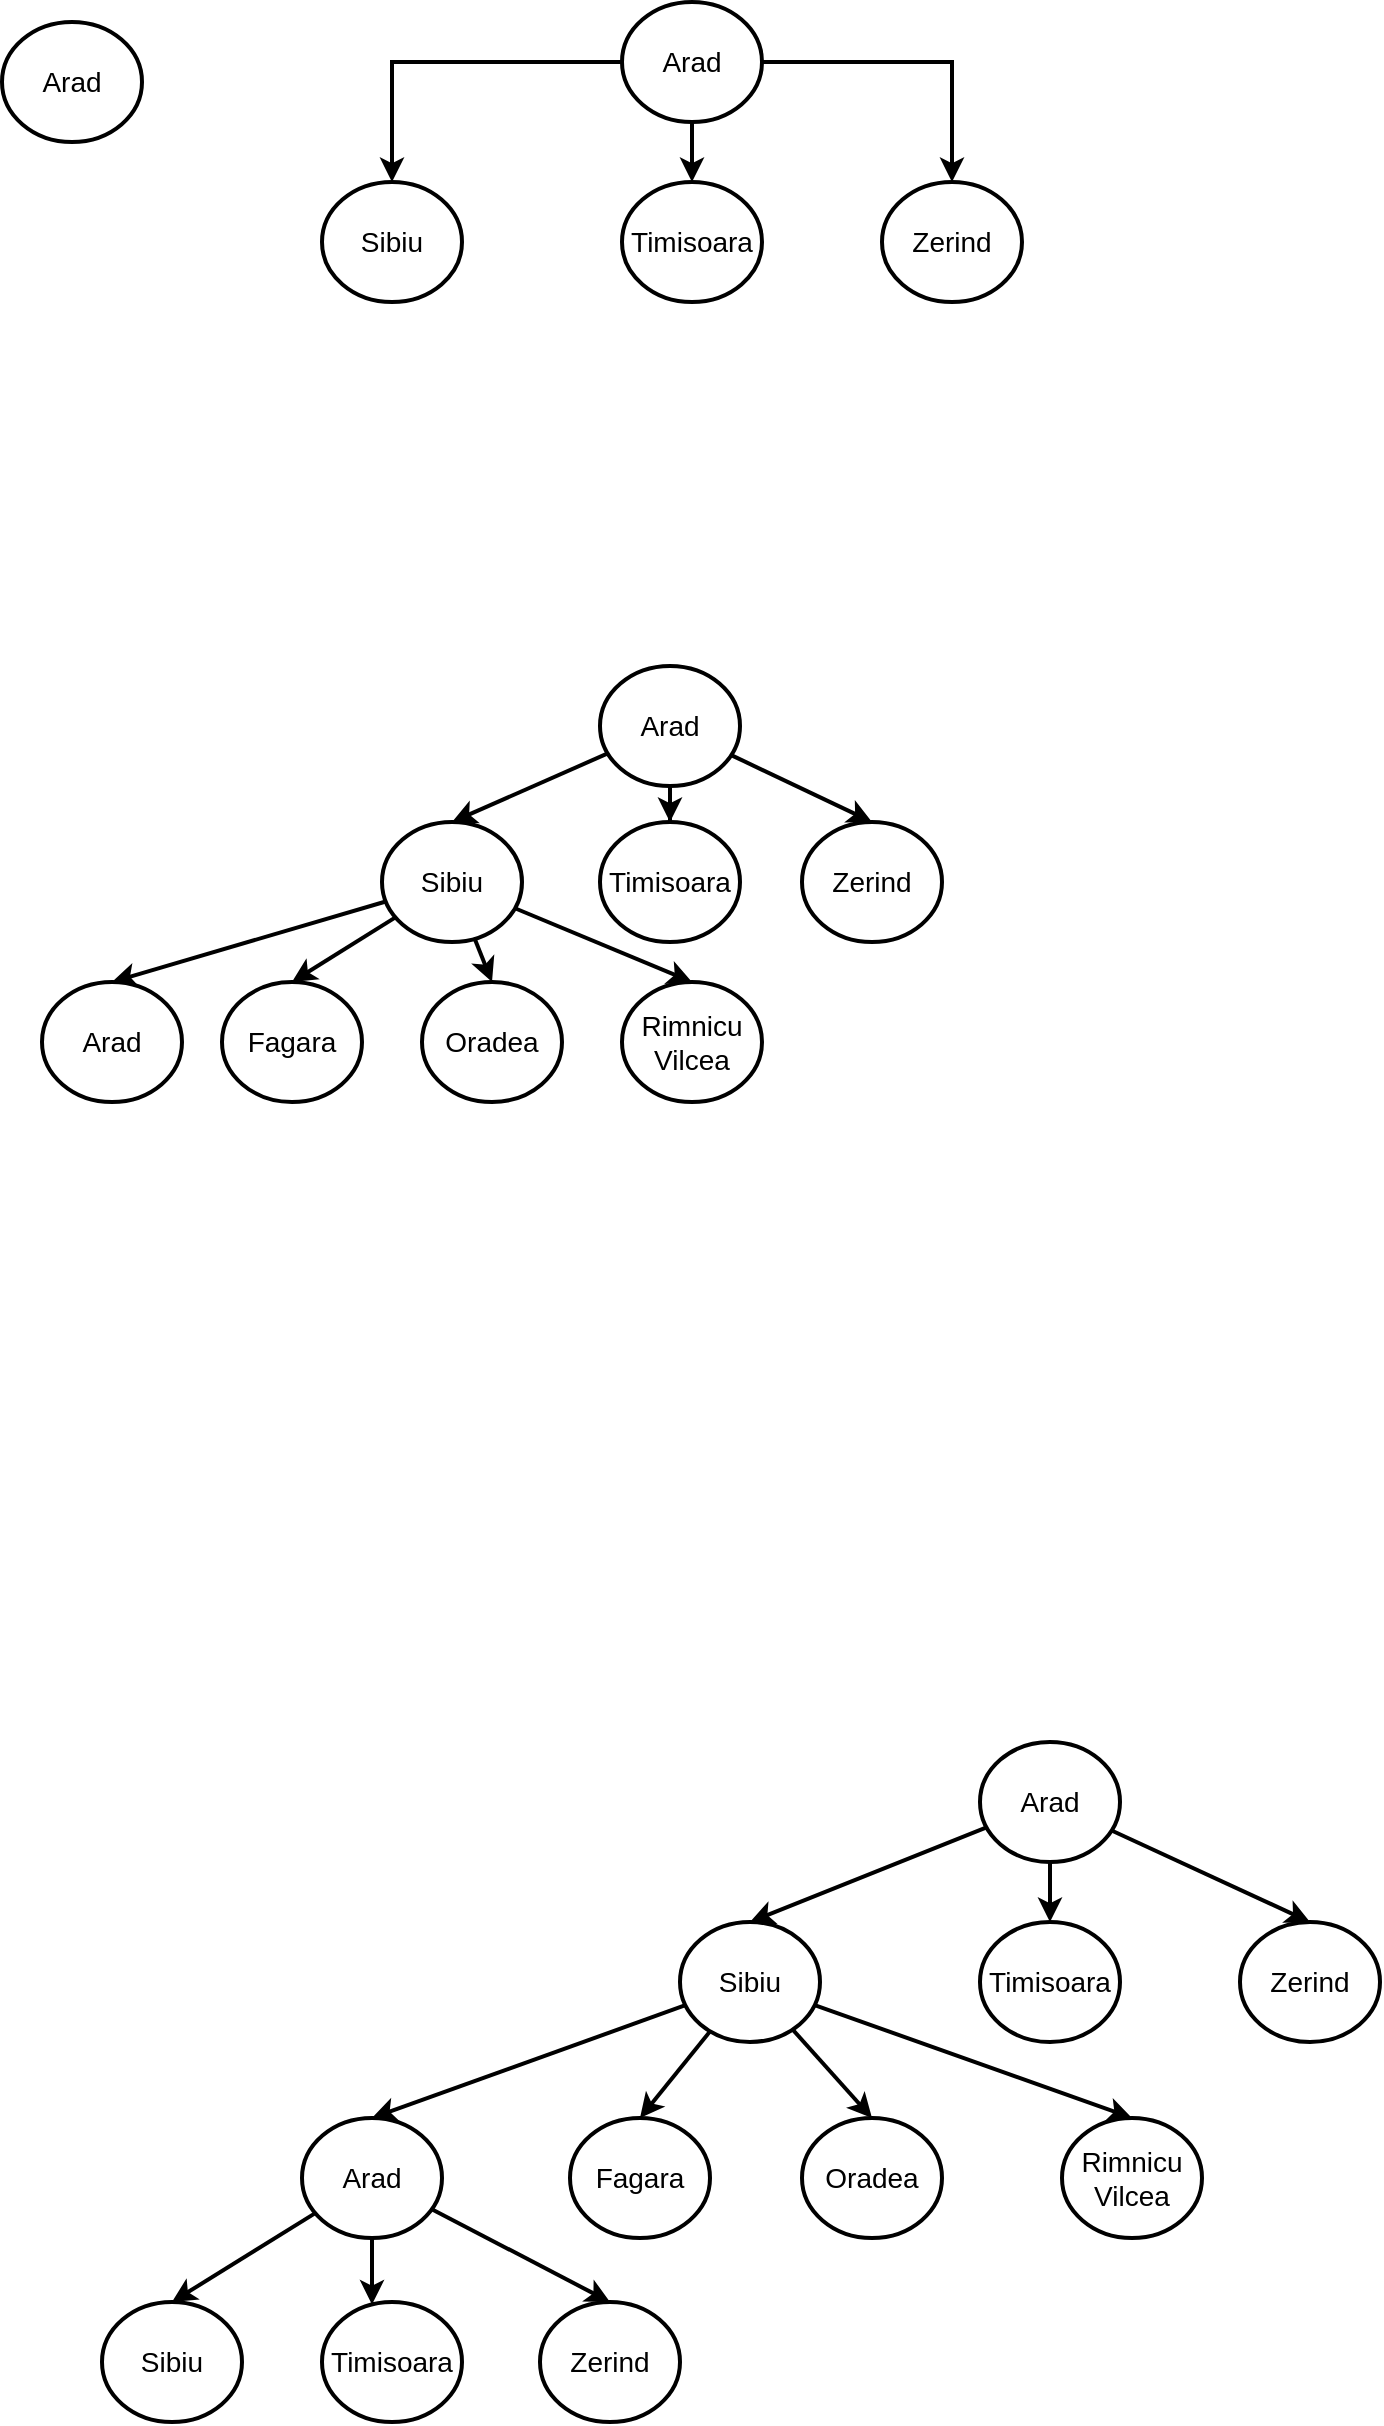
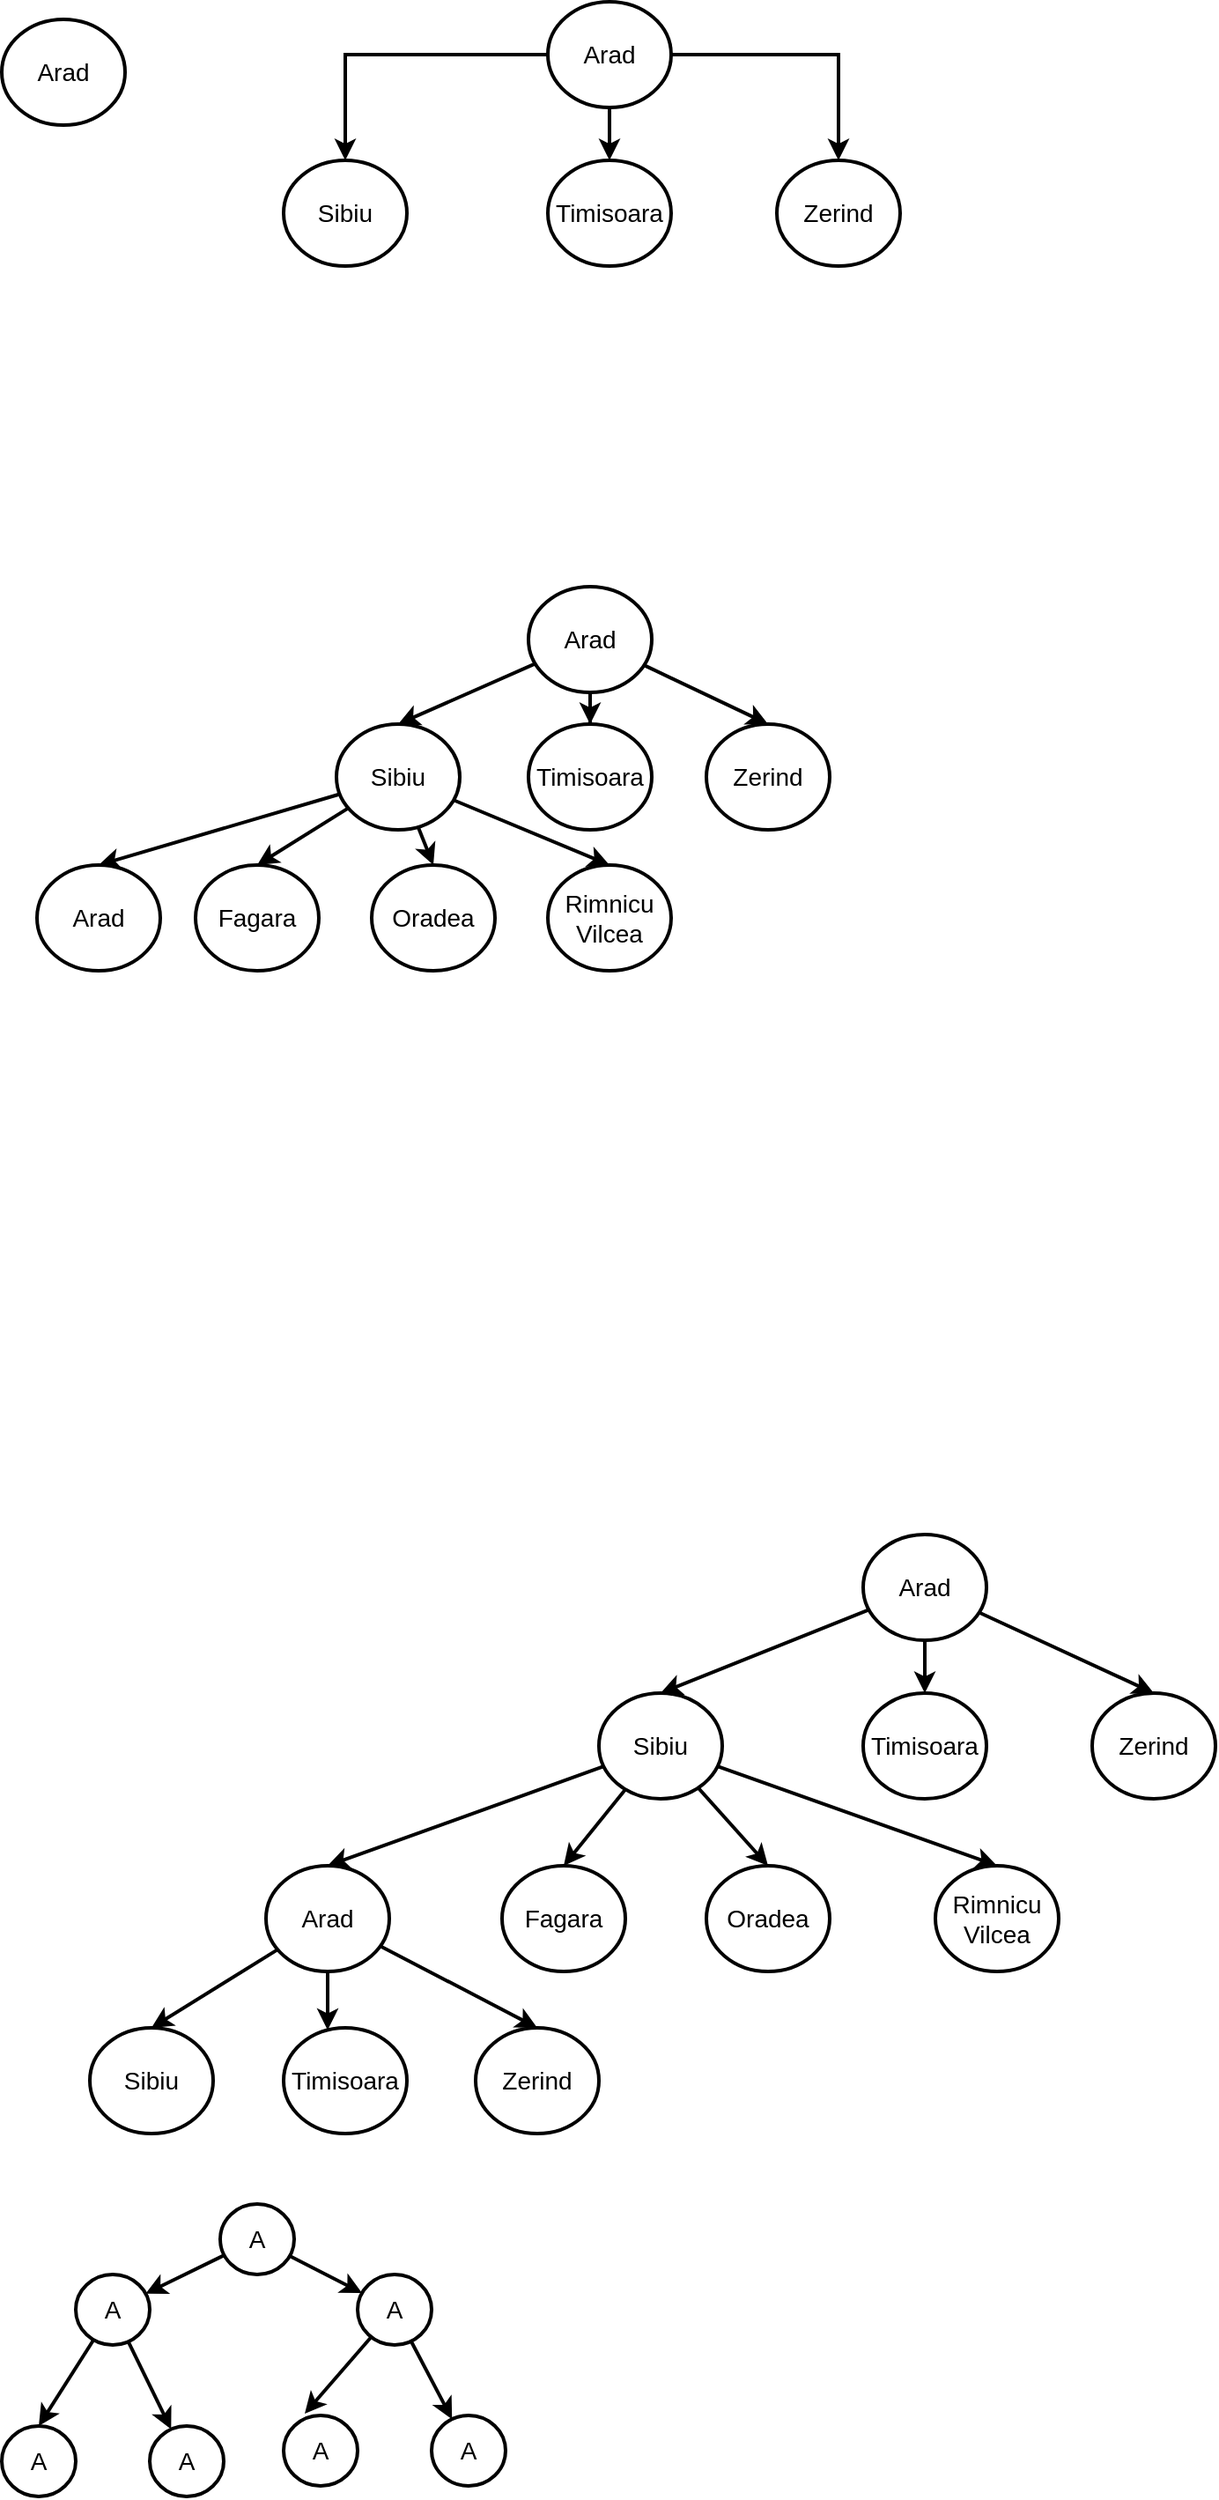
<mxfile host="app.diagrams.net">
  <diagram name="Page-1" id="BSzVWueWxRZ0f2yqvMc-">
-     <mxGraphModel dx="656" dy="351" grid="0" gridSize="10" guides="1" tooltips="1" connect="1" arrows="1" fold="1" page="1" pageScale="1" pageWidth="850" pageHeight="1100" math="0" shadow="0">
+     <mxGraphModel dx="656" dy="351" grid="1" gridSize="10" guides="1" tooltips="1" connect="1" arrows="1" fold="1" page="1" pageScale="1" pageWidth="850" pageHeight="1100" math="0" shadow="0">
      <root>
        <mxCell id="0" />
        <mxCell id="1" parent="0" />
        <mxCell id="DJkdPokyCSNuBn839fvl-1" parent="1" style="ellipse;whiteSpace=wrap;html=1;strokeWidth=2;fontSize=14;" value="Arad" vertex="1">
          <mxGeometry height="60" width="70" x="80" y="40" as="geometry" />
        </mxCell>
        <mxCell id="DJkdPokyCSNuBn839fvl-6" edge="1" parent="1" source="DJkdPokyCSNuBn839fvl-2" style="edgeStyle=orthogonalEdgeStyle;rounded=0;orthogonalLoop=1;jettySize=auto;html=1;entryX=0.5;entryY=0;entryDx=0;entryDy=0;strokeWidth=2;" target="DJkdPokyCSNuBn839fvl-3">
          <mxGeometry relative="1" as="geometry" />
        </mxCell>
        <mxCell id="DJkdPokyCSNuBn839fvl-7" edge="1" parent="1" source="DJkdPokyCSNuBn839fvl-2" style="edgeStyle=orthogonalEdgeStyle;rounded=0;orthogonalLoop=1;jettySize=auto;html=1;strokeWidth=2;" target="DJkdPokyCSNuBn839fvl-4" value="">
          <mxGeometry relative="1" as="geometry" />
        </mxCell>
        <mxCell id="DJkdPokyCSNuBn839fvl-8" edge="1" parent="1" source="DJkdPokyCSNuBn839fvl-2" style="edgeStyle=orthogonalEdgeStyle;rounded=0;orthogonalLoop=1;jettySize=auto;html=1;entryX=0.5;entryY=0;entryDx=0;entryDy=0;strokeWidth=2;" target="DJkdPokyCSNuBn839fvl-5">
          <mxGeometry relative="1" as="geometry" />
        </mxCell>
        <mxCell id="DJkdPokyCSNuBn839fvl-2" parent="1" style="ellipse;whiteSpace=wrap;html=1;strokeWidth=2;fontSize=14;" value="Arad" vertex="1">
          <mxGeometry height="60" width="70" x="390" y="30" as="geometry" />
        </mxCell>
        <mxCell id="DJkdPokyCSNuBn839fvl-3" parent="1" style="ellipse;whiteSpace=wrap;html=1;strokeWidth=2;fontSize=14;" value="Sibiu" vertex="1">
          <mxGeometry height="60" width="70" x="240" y="120" as="geometry" />
        </mxCell>
        <mxCell id="DJkdPokyCSNuBn839fvl-4" parent="1" style="ellipse;whiteSpace=wrap;html=1;strokeWidth=2;fontSize=14;" value="Timisoara" vertex="1">
          <mxGeometry height="60" width="70" x="390" y="120" as="geometry" />
        </mxCell>
        <mxCell id="DJkdPokyCSNuBn839fvl-5" parent="1" style="ellipse;whiteSpace=wrap;html=1;strokeWidth=2;fontSize=14;" value="Zerind" vertex="1">
          <mxGeometry height="60" width="70" x="520" y="120" as="geometry" />
        </mxCell>
        <mxCell id="DJkdPokyCSNuBn839fvl-9" edge="1" parent="1" source="DJkdPokyCSNuBn839fvl-12" style="rounded=0;orthogonalLoop=1;jettySize=auto;html=1;entryX=0.5;entryY=0;entryDx=0;entryDy=0;strokeWidth=2;" target="DJkdPokyCSNuBn839fvl-13">
          <mxGeometry relative="1" as="geometry" />
        </mxCell>
        <mxCell id="DJkdPokyCSNuBn839fvl-10" edge="1" parent="1" source="DJkdPokyCSNuBn839fvl-12" style="edgeStyle=orthogonalEdgeStyle;rounded=0;orthogonalLoop=1;jettySize=auto;html=1;strokeWidth=2;" target="DJkdPokyCSNuBn839fvl-14" value="">
          <mxGeometry relative="1" as="geometry" />
        </mxCell>
        <mxCell id="DJkdPokyCSNuBn839fvl-11" edge="1" parent="1" source="DJkdPokyCSNuBn839fvl-12" style="rounded=0;orthogonalLoop=1;jettySize=auto;html=1;entryX=0.5;entryY=0;entryDx=0;entryDy=0;strokeWidth=2;" target="DJkdPokyCSNuBn839fvl-15">
          <mxGeometry relative="1" as="geometry" />
        </mxCell>
        <mxCell id="DJkdPokyCSNuBn839fvl-12" parent="1" style="ellipse;whiteSpace=wrap;html=1;strokeWidth=2;fontSize=14;" value="Arad" vertex="1">
          <mxGeometry height="60" width="70" x="379" y="362" as="geometry" />
        </mxCell>
        <mxCell id="DJkdPokyCSNuBn839fvl-20" edge="1" parent="1" source="DJkdPokyCSNuBn839fvl-13" style="rounded=0;orthogonalLoop=1;jettySize=auto;html=1;entryX=0.5;entryY=0;entryDx=0;entryDy=0;strokeWidth=2;" target="DJkdPokyCSNuBn839fvl-16">
          <mxGeometry relative="1" as="geometry" />
        </mxCell>
        <mxCell id="DJkdPokyCSNuBn839fvl-22" edge="1" parent="1" source="DJkdPokyCSNuBn839fvl-13" style="rounded=0;orthogonalLoop=1;jettySize=auto;html=1;entryX=0.5;entryY=0;entryDx=0;entryDy=0;strokeWidth=2;" target="DJkdPokyCSNuBn839fvl-17">
          <mxGeometry relative="1" as="geometry" />
        </mxCell>
        <mxCell id="DJkdPokyCSNuBn839fvl-25" edge="1" parent="1" source="DJkdPokyCSNuBn839fvl-13" style="rounded=0;orthogonalLoop=1;jettySize=auto;html=1;entryX=0.5;entryY=0;entryDx=0;entryDy=0;strokeWidth=2;" target="DJkdPokyCSNuBn839fvl-19">
          <mxGeometry relative="1" as="geometry" />
        </mxCell>
        <mxCell id="DJkdPokyCSNuBn839fvl-26" edge="1" parent="1" source="DJkdPokyCSNuBn839fvl-13" style="rounded=0;orthogonalLoop=1;jettySize=auto;html=1;entryX=0.5;entryY=0;entryDx=0;entryDy=0;strokeWidth=2;" target="DJkdPokyCSNuBn839fvl-18">
          <mxGeometry relative="1" as="geometry" />
        </mxCell>
        <mxCell id="DJkdPokyCSNuBn839fvl-13" parent="1" style="ellipse;whiteSpace=wrap;html=1;strokeWidth=2;fontSize=14;" value="Sibiu" vertex="1">
          <mxGeometry height="60" width="70" x="270" y="440" as="geometry" />
        </mxCell>
        <mxCell id="DJkdPokyCSNuBn839fvl-14" parent="1" style="ellipse;whiteSpace=wrap;html=1;strokeWidth=2;fontSize=14;" value="Timisoara" vertex="1">
          <mxGeometry height="60" width="70" x="379" y="440" as="geometry" />
        </mxCell>
        <mxCell id="DJkdPokyCSNuBn839fvl-15" parent="1" style="ellipse;whiteSpace=wrap;html=1;strokeWidth=2;fontSize=14;" value="Zerind" vertex="1">
          <mxGeometry height="60" width="70" x="480" y="440" as="geometry" />
        </mxCell>
        <mxCell id="DJkdPokyCSNuBn839fvl-16" parent="1" style="ellipse;whiteSpace=wrap;html=1;strokeWidth=2;fontSize=14;" value="Arad" vertex="1">
          <mxGeometry height="60" width="70" x="100" y="520" as="geometry" />
        </mxCell>
        <mxCell id="DJkdPokyCSNuBn839fvl-17" parent="1" style="ellipse;whiteSpace=wrap;html=1;strokeWidth=2;fontSize=14;" value="Fagara" vertex="1">
          <mxGeometry height="60" width="70" x="190" y="520" as="geometry" />
        </mxCell>
        <mxCell id="DJkdPokyCSNuBn839fvl-18" parent="1" style="ellipse;whiteSpace=wrap;html=1;strokeWidth=2;fontSize=14;" value="Oradea" vertex="1">
          <mxGeometry height="60" width="70" x="290" y="520" as="geometry" />
        </mxCell>
        <mxCell id="DJkdPokyCSNuBn839fvl-19" parent="1" style="ellipse;whiteSpace=wrap;html=1;strokeWidth=2;fontSize=14;" value="Rimnicu Vilcea" vertex="1">
          <mxGeometry height="60" width="70" x="390" y="520" as="geometry" />
        </mxCell>
        <mxCell id="DJkdPokyCSNuBn839fvl-27" edge="1" parent="1" source="DJkdPokyCSNuBn839fvl-30" style="rounded=0;orthogonalLoop=1;jettySize=auto;html=1;entryX=0.5;entryY=0;entryDx=0;entryDy=0;strokeWidth=2;" target="DJkdPokyCSNuBn839fvl-35">
          <mxGeometry relative="1" as="geometry" />
        </mxCell>
        <mxCell id="DJkdPokyCSNuBn839fvl-28" edge="1" parent="1" source="DJkdPokyCSNuBn839fvl-30" style="edgeStyle=orthogonalEdgeStyle;rounded=0;orthogonalLoop=1;jettySize=auto;html=1;strokeWidth=2;" target="DJkdPokyCSNuBn839fvl-36" value="">
          <mxGeometry relative="1" as="geometry" />
        </mxCell>
        <mxCell id="DJkdPokyCSNuBn839fvl-29" edge="1" parent="1" source="DJkdPokyCSNuBn839fvl-30" style="rounded=0;orthogonalLoop=1;jettySize=auto;html=1;entryX=0.5;entryY=0;entryDx=0;entryDy=0;strokeWidth=2;" target="DJkdPokyCSNuBn839fvl-37">
          <mxGeometry relative="1" as="geometry" />
        </mxCell>
        <mxCell id="DJkdPokyCSNuBn839fvl-30" parent="1" style="ellipse;whiteSpace=wrap;html=1;strokeWidth=2;fontSize=14;" value="Arad" vertex="1">
          <mxGeometry height="60" width="70" x="569" y="900" as="geometry" />
        </mxCell>
        <mxCell id="DJkdPokyCSNuBn839fvl-31" edge="1" parent="1" source="DJkdPokyCSNuBn839fvl-35" style="rounded=0;orthogonalLoop=1;jettySize=auto;html=1;entryX=0.5;entryY=0;entryDx=0;entryDy=0;strokeWidth=2;" target="DJkdPokyCSNuBn839fvl-38">
          <mxGeometry relative="1" as="geometry" />
        </mxCell>
        <mxCell id="DJkdPokyCSNuBn839fvl-32" edge="1" parent="1" source="DJkdPokyCSNuBn839fvl-35" style="rounded=0;orthogonalLoop=1;jettySize=auto;html=1;entryX=0.5;entryY=0;entryDx=0;entryDy=0;strokeWidth=2;" target="DJkdPokyCSNuBn839fvl-39">
          <mxGeometry relative="1" as="geometry" />
        </mxCell>
        <mxCell id="DJkdPokyCSNuBn839fvl-33" edge="1" parent="1" source="DJkdPokyCSNuBn839fvl-35" style="rounded=0;orthogonalLoop=1;jettySize=auto;html=1;entryX=0.5;entryY=0;entryDx=0;entryDy=0;strokeWidth=2;" target="DJkdPokyCSNuBn839fvl-41">
          <mxGeometry relative="1" as="geometry" />
        </mxCell>
        <mxCell id="DJkdPokyCSNuBn839fvl-34" edge="1" parent="1" source="DJkdPokyCSNuBn839fvl-35" style="rounded=0;orthogonalLoop=1;jettySize=auto;html=1;entryX=0.5;entryY=0;entryDx=0;entryDy=0;strokeWidth=2;" target="DJkdPokyCSNuBn839fvl-40">
          <mxGeometry relative="1" as="geometry" />
        </mxCell>
        <mxCell id="DJkdPokyCSNuBn839fvl-35" parent="1" style="ellipse;whiteSpace=wrap;html=1;strokeWidth=2;fontSize=14;" value="Sibiu" vertex="1">
          <mxGeometry height="60" width="70" x="419" y="990" as="geometry" />
        </mxCell>
        <mxCell id="DJkdPokyCSNuBn839fvl-36" parent="1" style="ellipse;whiteSpace=wrap;html=1;strokeWidth=2;fontSize=14;" value="Timisoara" vertex="1">
          <mxGeometry height="60" width="70" x="569" y="990" as="geometry" />
        </mxCell>
        <mxCell id="DJkdPokyCSNuBn839fvl-37" parent="1" style="ellipse;whiteSpace=wrap;html=1;strokeWidth=2;fontSize=14;" value="Zerind" vertex="1">
          <mxGeometry height="60" width="70" x="699" y="990" as="geometry" />
        </mxCell>
        <mxCell id="DJkdPokyCSNuBn839fvl-45" edge="1" parent="1" source="DJkdPokyCSNuBn839fvl-38" style="rounded=0;orthogonalLoop=1;jettySize=auto;html=1;entryX=0.5;entryY=0;entryDx=0;entryDy=0;strokeWidth=2;" target="DJkdPokyCSNuBn839fvl-42">
          <mxGeometry relative="1" as="geometry" />
        </mxCell>
        <mxCell id="DJkdPokyCSNuBn839fvl-46" edge="1" parent="1" source="DJkdPokyCSNuBn839fvl-38" style="edgeStyle=orthogonalEdgeStyle;rounded=0;orthogonalLoop=1;jettySize=auto;html=1;strokeWidth=2;" target="DJkdPokyCSNuBn839fvl-43" value="">
          <mxGeometry relative="1" as="geometry">
            <Array as="points">
              <mxPoint x="265" y="1190" />
              <mxPoint x="265" y="1190" />
            </Array>
          </mxGeometry>
        </mxCell>
        <mxCell id="DJkdPokyCSNuBn839fvl-47" edge="1" parent="1" source="DJkdPokyCSNuBn839fvl-38" style="rounded=0;orthogonalLoop=1;jettySize=auto;html=1;entryX=0.5;entryY=0;entryDx=0;entryDy=0;strokeWidth=2;" target="DJkdPokyCSNuBn839fvl-44">
          <mxGeometry relative="1" as="geometry" />
        </mxCell>
        <mxCell id="DJkdPokyCSNuBn839fvl-38" parent="1" style="ellipse;whiteSpace=wrap;html=1;strokeWidth=2;fontSize=14;" value="Arad" vertex="1">
          <mxGeometry height="60" width="70" x="230" y="1088" as="geometry" />
        </mxCell>
        <mxCell id="DJkdPokyCSNuBn839fvl-39" parent="1" style="ellipse;whiteSpace=wrap;html=1;strokeWidth=2;fontSize=14;" value="Fagara" vertex="1">
          <mxGeometry height="60" width="70" x="364" y="1088" as="geometry" />
        </mxCell>
        <mxCell id="DJkdPokyCSNuBn839fvl-40" parent="1" style="ellipse;whiteSpace=wrap;html=1;strokeWidth=2;fontSize=14;" value="Oradea" vertex="1">
          <mxGeometry height="60" width="70" x="480" y="1088" as="geometry" />
        </mxCell>
        <mxCell id="DJkdPokyCSNuBn839fvl-41" parent="1" style="ellipse;whiteSpace=wrap;html=1;strokeWidth=2;fontSize=14;" value="Rimnicu Vilcea" vertex="1">
          <mxGeometry height="60" width="70" x="610" y="1088" as="geometry" />
        </mxCell>
        <mxCell id="DJkdPokyCSNuBn839fvl-42" parent="1" style="ellipse;whiteSpace=wrap;html=1;strokeWidth=2;fontSize=14;" value="Sibiu" vertex="1">
          <mxGeometry height="60" width="70" x="130" y="1180" as="geometry" />
        </mxCell>
        <mxCell id="DJkdPokyCSNuBn839fvl-43" parent="1" style="ellipse;whiteSpace=wrap;html=1;strokeWidth=2;fontSize=14;" value="Timisoara" vertex="1">
          <mxGeometry height="60" width="70" x="240" y="1180" as="geometry" />
        </mxCell>
        <mxCell id="DJkdPokyCSNuBn839fvl-44" parent="1" style="ellipse;whiteSpace=wrap;html=1;strokeWidth=2;fontSize=14;" value="Zerind" vertex="1">
          <mxGeometry height="60" width="70" x="349" y="1180" as="geometry" />
        </mxCell>
+         <mxCell id="3aDSpglnKRdrbF7ndWlJ-9" edge="1" parent="1" source="3aDSpglnKRdrbF7ndWlJ-1" style="rounded=0;orthogonalLoop=1;jettySize=auto;html=1;strokeWidth=2;" target="3aDSpglnKRdrbF7ndWlJ-2" value="">
+           <mxGeometry relative="1" as="geometry" />
+         </mxCell>
+         <mxCell id="3aDSpglnKRdrbF7ndWlJ-10" edge="1" parent="1" source="3aDSpglnKRdrbF7ndWlJ-1" style="rounded=0;orthogonalLoop=1;jettySize=auto;html=1;strokeWidth=2;" target="3aDSpglnKRdrbF7ndWlJ-3" value="">
+           <mxGeometry relative="1" as="geometry" />
+         </mxCell>
+         <mxCell id="3aDSpglnKRdrbF7ndWlJ-1" parent="1" style="ellipse;whiteSpace=wrap;html=1;strokeWidth=2;fontSize=14;" value="A" vertex="1">
+           <mxGeometry height="40" width="42" x="204" y="1280" as="geometry" />
+         </mxCell>
+         <mxCell id="3aDSpglnKRdrbF7ndWlJ-11" edge="1" parent="1" source="3aDSpglnKRdrbF7ndWlJ-2" style="rounded=0;orthogonalLoop=1;jettySize=auto;html=1;strokeWidth=2;" target="3aDSpglnKRdrbF7ndWlJ-6" value="">
+           <mxGeometry relative="1" as="geometry" />
+         </mxCell>
+         <mxCell id="3aDSpglnKRdrbF7ndWlJ-13" edge="1" parent="1" source="3aDSpglnKRdrbF7ndWlJ-2" style="rounded=0;orthogonalLoop=1;jettySize=auto;html=1;entryX=0.5;entryY=0;entryDx=0;entryDy=0;strokeWidth=2;" target="3aDSpglnKRdrbF7ndWlJ-5">
+           <mxGeometry relative="1" as="geometry" />
+         </mxCell>
+         <mxCell id="3aDSpglnKRdrbF7ndWlJ-2" parent="1" style="ellipse;whiteSpace=wrap;html=1;strokeWidth=2;fontSize=14;" value="A" vertex="1">
+           <mxGeometry height="40" width="42" x="122" y="1320" as="geometry" />
+         </mxCell>
+         <mxCell id="3aDSpglnKRdrbF7ndWlJ-14" edge="1" parent="1" source="3aDSpglnKRdrbF7ndWlJ-3" style="rounded=0;orthogonalLoop=1;jettySize=auto;html=1;strokeWidth=2;" target="3aDSpglnKRdrbF7ndWlJ-7" value="">
+           <mxGeometry relative="1" as="geometry" />
+         </mxCell>
+         <mxCell id="3aDSpglnKRdrbF7ndWlJ-3" parent="1" style="ellipse;whiteSpace=wrap;html=1;strokeWidth=2;fontSize=14;" value="A" vertex="1">
+           <mxGeometry height="40" width="42" x="282" y="1320" as="geometry" />
+         </mxCell>
+         <mxCell id="3aDSpglnKRdrbF7ndWlJ-4" parent="1" style="ellipse;whiteSpace=wrap;html=1;strokeWidth=2;fontSize=14;" value="A" vertex="1">
+           <mxGeometry height="40" width="42" x="240" y="1400" as="geometry" />
+         </mxCell>
+         <mxCell id="3aDSpglnKRdrbF7ndWlJ-5" parent="1" style="ellipse;whiteSpace=wrap;html=1;strokeWidth=2;fontSize=14;" value="A" vertex="1">
+           <mxGeometry height="40" width="42" x="80" y="1406" as="geometry" />
+         </mxCell>
+         <mxCell id="3aDSpglnKRdrbF7ndWlJ-6" parent="1" style="ellipse;whiteSpace=wrap;html=1;strokeWidth=2;fontSize=14;" value="A" vertex="1">
+           <mxGeometry height="40" width="42" x="164" y="1406" as="geometry" />
+         </mxCell>
+         <mxCell id="3aDSpglnKRdrbF7ndWlJ-7" parent="1" style="ellipse;whiteSpace=wrap;html=1;strokeWidth=2;fontSize=14;" value="A" vertex="1">
+           <mxGeometry height="40" width="42" x="324" y="1400" as="geometry" />
+         </mxCell>
+         <mxCell id="3aDSpglnKRdrbF7ndWlJ-15" edge="1" parent="1" source="3aDSpglnKRdrbF7ndWlJ-3" style="rounded=0;orthogonalLoop=1;jettySize=auto;html=1;entryX=0.286;entryY=-0.025;entryDx=0;entryDy=0;entryPerimeter=0;strokeWidth=2;" target="3aDSpglnKRdrbF7ndWlJ-4">
+           <mxGeometry relative="1" as="geometry" />
+         </mxCell>
      </root>
    </mxGraphModel>
  </diagram>
</mxfile>
